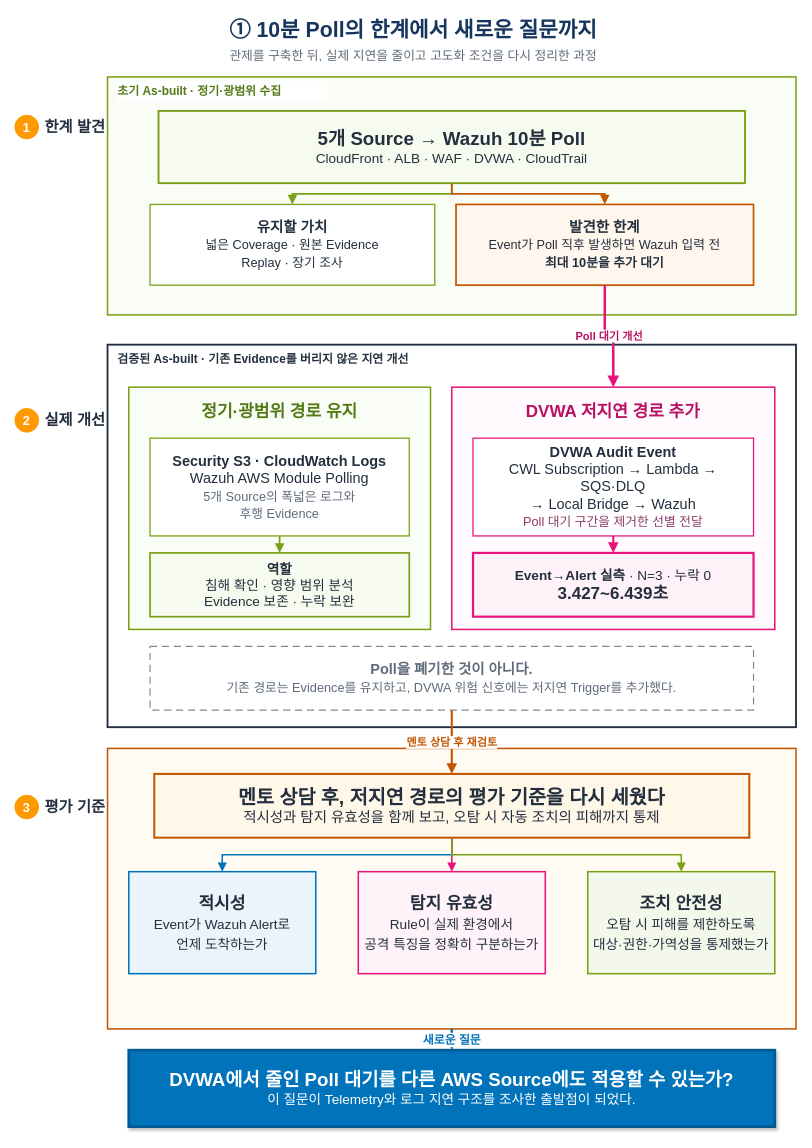
Before: page "1_문제·개선·새 질문" (1 of 2) of 20_팀 프로젝트/3차 프로젝트/보고서/7.0 관제 고도화 과정.drawio in Unoh03/Obsi3, a draw.io diagram. Source tidied: cells renumbered, new cells numbered last; positions are measured from the earlier drawing's top-left corner, leaving out a move shared by most shapes. Both pictures are drawn from the tidied source at 85%, with x=0, y=0 at pixel (14, 14).
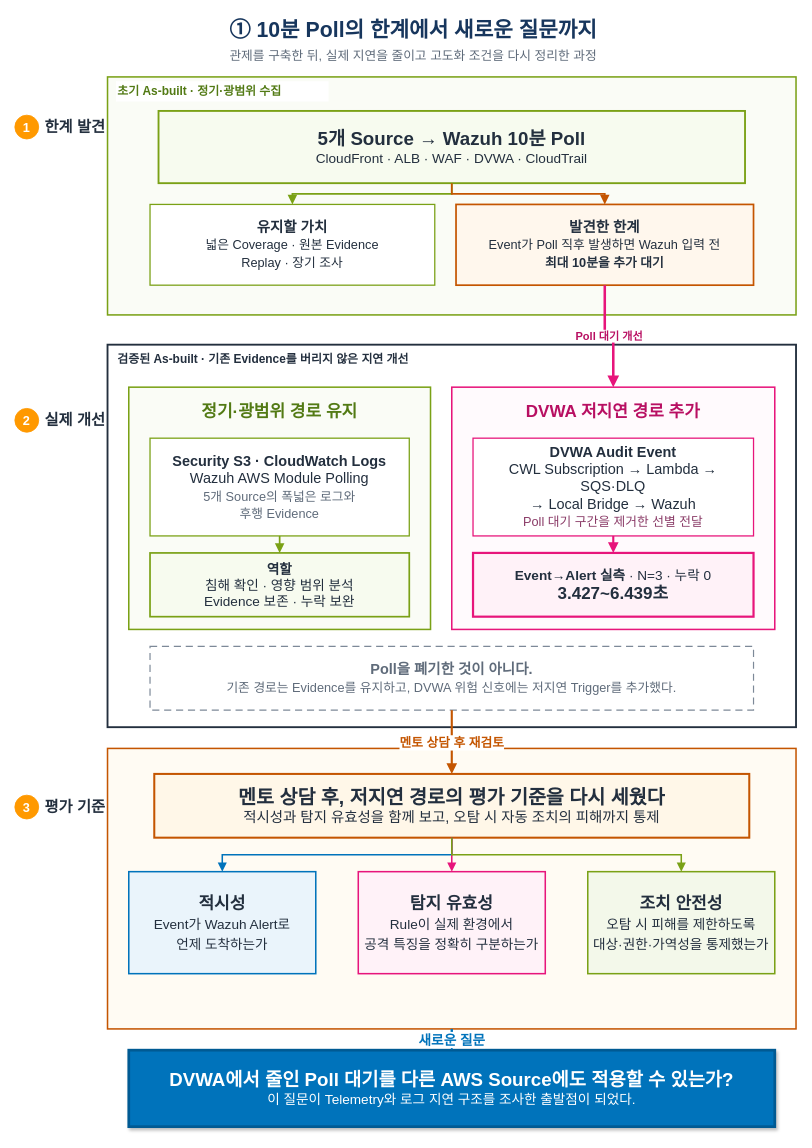
After the change.

The change refers to these unchanged cells:
```xml
<mxCell id="23" value="&lt;b&gt;Poll을 폐기한 것이 아니다.&lt;/b&gt;&lt;br&gt;&lt;font style=&quot;font-size:15px;&quot;&gt;기존 경로는 Evidence를 유지하고, DVWA 위험 신호에는 저지연 Trigger를 추가했다.&lt;/font&gt;" style="rounded=0;whiteSpace=wrap;html=1;fillColor=#FFFFFF;strokeColor=#7D8998;strokeWidth=1.4;dashed=1;dashPattern=6 4;fontColor=#5F6B7A;fontSize=17;align=center;verticalAlign=middle;spacing=6;" parent="1" vertex="1">
  <mxGeometry x="159" y="743" width="710" height="75" as="geometry" />
</mxCell>
<mxCell id="26" style="rounded=0;whiteSpace=wrap;html=1;fillColor=#FFF7E8;fillOpacity=50;strokeColor=#C45500;strokeWidth=1.8;" parent="1" vertex="1">
  <mxGeometry x="109" y="863" width="810" height="330" as="geometry" />
</mxCell>
<mxCell id="27" value="&lt;font style=&quot;font-size:23px;&quot;&gt;&lt;b&gt;멘토 상담 후, 저지연 경로의 평가 기준을 다시 세웠다&lt;/b&gt;&lt;/font&gt;&lt;br&gt;&lt;font style=&quot;font-size:17px;&quot;&gt;적시성과 탐지 유효성을 함께 보고, 오탐 시 자동 조치의 피해까지 통제&lt;/font&gt;" style="rounded=0;whiteSpace=wrap;html=1;fillColor=#FFF7E8;strokeColor=#C45500;strokeWidth=2.4;fontColor=#232F3E;align=center;verticalAlign=middle;spacing=6;" parent="1" vertex="1">
  <mxGeometry x="164" y="893" width="700" height="75" as="geometry" />
</mxCell>
<mxCell id="31" value="&lt;font style=&quot;font-size:22px;&quot;&gt;&lt;b&gt;DVWA에서 줄인 Poll 대기를 다른 AWS Source에도 적용할 수 있는가?&lt;/b&gt;&lt;/font&gt;&lt;br&gt;&lt;font style=&quot;font-size:16px;&quot;&gt;이 질문이 Telemetry와 로그 지연 구조를 조사한 출발점이 되었다.&lt;/font&gt;" style="rounded=0;whiteSpace=wrap;html=1;fillColor=#0073BB;strokeColor=#005A93;strokeWidth=3.2;fontColor=#FFFFFF;align=center;verticalAlign=middle;spacing=7;shadow=1;" parent="1" vertex="1">
  <mxGeometry x="134" y="1218" width="760" height="90" as="geometry" />
</mxCell>
```

Change to the diagram source:
```diff
@@
-    <mxCell id="37" value="멘토 상담 후 재검토" style="edgeStyle=orthogonalEdgeStyle;rounded=0;html=1;endArrow=block;endFill=1;strokeWidth=2.5;strokeColor=#C45500;fontColor=#C45500;fontSize=13;fontStyle=1;labelBackgroundColor=#FFFFFF;" parent="1" edge="1" source="23" target="27">
+    <mxCell id="37" value="&lt;font style=&quot;font-size: 15px;&quot;&gt;멘토 상담 후 재검토&lt;/font&gt;" style="edgeStyle=orthogonalEdgeStyle;rounded=0;html=1;endArrow=block;endFill=1;strokeWidth=2.5;strokeColor=#C45500;fontColor=#C45500;fontSize=13;fontStyle=1;labelBackgroundColor=#FFFFFF;" parent="1" edge="1" source="23" target="27">
       <mxGeometry relative="1" as="geometry" />
     </mxCell>
@@
-    <mxCell id="41" value="새로운 질문" style="edgeStyle=orthogonalEdgeStyle;rounded=0;html=1;endArrow=block;endFill=1;strokeWidth=2.8;strokeColor=#0073BB;fontColor=#0073BB;fontSize=14;fontStyle=1;labelBackgroundColor=#FFFFFF;exitX=0.5;exitY=1;entryX=0.5;entryY=0;" parent="1" edge="1" source="26" target="31">
+    <mxCell id="41" value="&lt;font style=&quot;font-size: 16px;&quot;&gt;새로운 질문&lt;/font&gt;" style="edgeStyle=orthogonalEdgeStyle;rounded=0;html=1;endArrow=block;endFill=1;strokeWidth=2.8;strokeColor=#0073BB;fontColor=#0073BB;fontSize=14;fontStyle=1;labelBackgroundColor=#FFFFFF;exitX=0.5;exitY=1;entryX=0.5;entryY=0;" parent="1" edge="1" source="26" target="31">
       <mxGeometry relative="1" as="geometry" />
     </mxCell>
```
